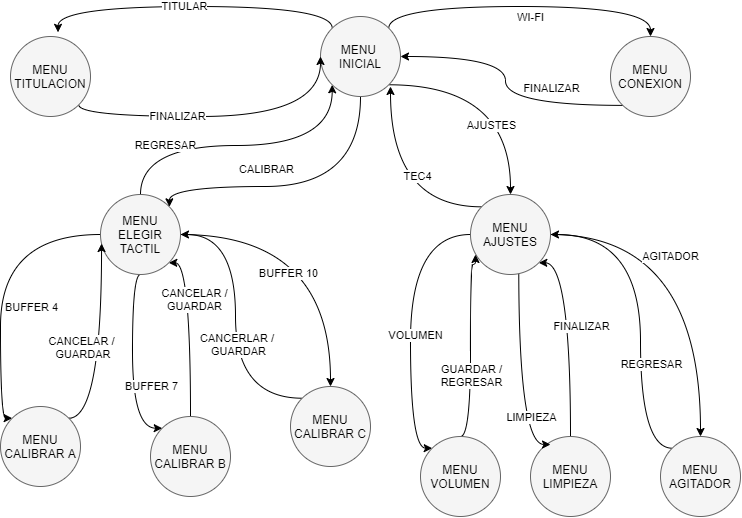
Above: Figures/MEFmenu.png in fernandodaniele/Plantilla-memoria (draw.io), before the change. Source tidied: cells renumbered, new cells last; positions are measured from the earlier drawing's top-left corner, leaving out a move shared by most shapes.
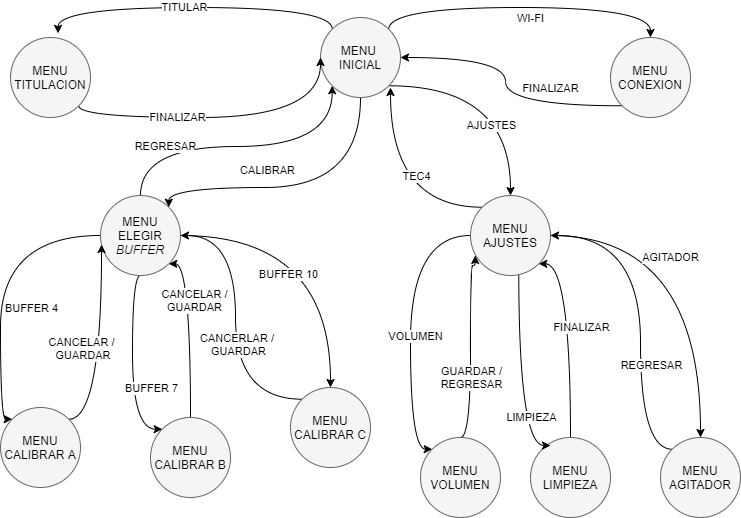
Above is the later version.

Change to the diagram source:
```diff
@@ -52,7 +52,7 @@
     <mxCell id="12" value="BUFFER 10" style="edgeLabel;html=1;align=center;verticalAlign=middle;" parent="11" vertex="1">
       <mxGeometry x="-0.29" y="-38" relative="1" as="geometry" />
     </mxCell>
-    <mxCell id="13" value="MENU ELEGIR&lt;br&gt;TACTIL" style="ellipse;whiteSpace=wrap;html=1;strokeColor=#666666;fillColor=#F5F5F5;" parent="1" vertex="1">
+    <mxCell id="13" value="MENU ELEGIR&lt;br&gt;&lt;i&gt;BUFFER&lt;/i&gt;" style="ellipse;whiteSpace=wrap;html=1;strokeColor=#666666;fillColor=#F5F5F5;" parent="1" vertex="1">
       <mxGeometry x="100" y="188" width="80" height="80" as="geometry" />
     </mxCell>
     <mxCell id="14" style="edgeStyle=orthogonalEdgeStyle;curved=1;rounded=0;jettySize=auto;html=1;exitX=1;exitY=0;exitDx=0;exitDy=0;entryX=0.013;entryY=0.613;entryDx=0;entryDy=0;entryPerimeter=0;" parent="1" edge="1" source="16" target="13">
```
